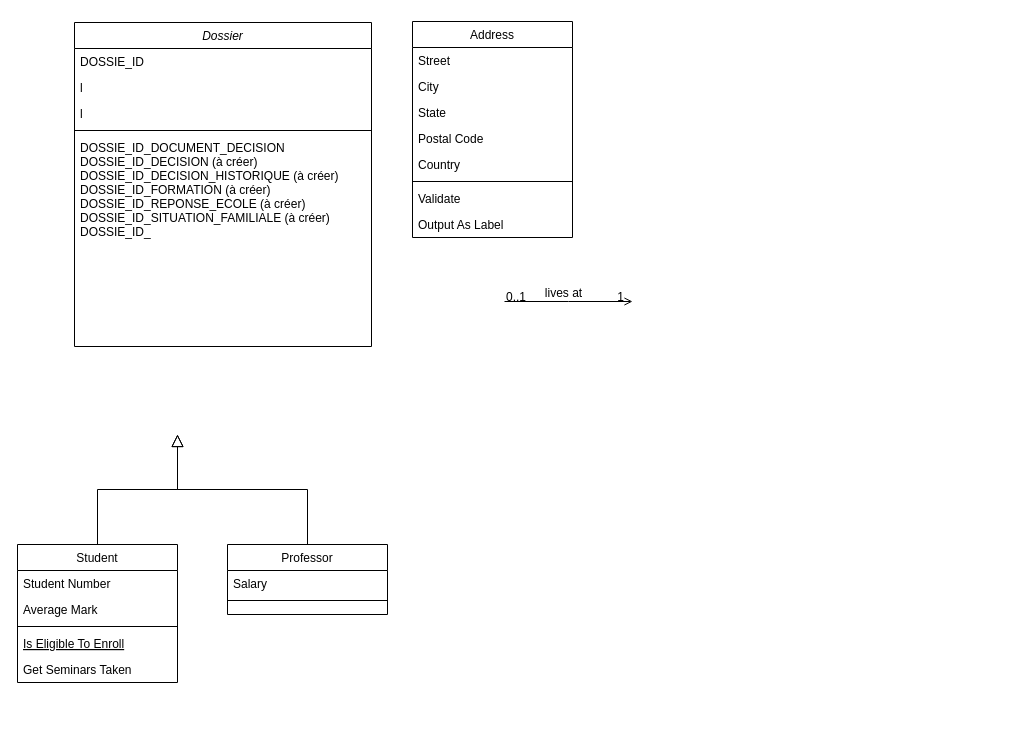
Above: Diagramme sans nom.drawio in Jorissalmon/DU_Data_Management (draw.io), before the change. Source tidied: cells renumbered, new cells numbered last; positions are measured from the earlier drawing's top-left corner, leaving out a move shared by most shapes. Both pictures are drawn from the tidied source at 100%, with x=0, y=0 at pixel (17, 21).
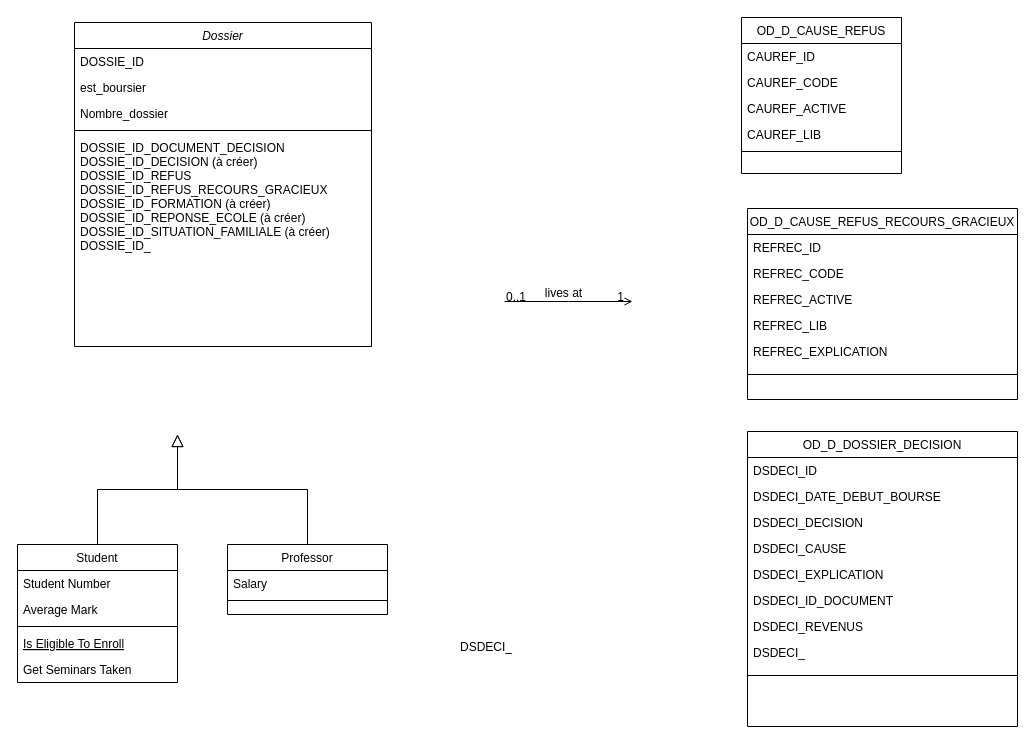
Above is the later version.

Unchanged cells that the change refers to:
```xml
<mxCell id="2" value="Dossier" style="swimlane;fontStyle=2;align=center;verticalAlign=top;horizontal=1;startSize=26;rounded=0;shadow=0;strokeWidth=1;" parent="1" vertex="1">
  <mxGeometry x="57" y="1" width="297" height="324" as="geometry" />
</mxCell>
```

Diff of the diagram source:
```diff
@@
-    <mxCell id="4" value="l" style="text;align=left;verticalAlign=top;spacingLeft=4;spacingRight=4;overflow=hidden;rounded=0;shadow=0;html=0;" parent="2" vertex="1">
+    <mxCell id="4" value="est_boursier" style="text;align=left;verticalAlign=top;spacingLeft=4;spacingRight=4;overflow=hidden;rounded=0;shadow=0;html=0;" parent="2" vertex="1">
       <mxGeometry y="52" width="297" height="26" as="geometry" />
     </mxCell>
-    <mxCell id="5" value="l" style="text;align=left;verticalAlign=top;spacingLeft=4;spacingRight=4;overflow=hidden;rounded=0;shadow=0;html=0;" parent="2" vertex="1">
+    <mxCell id="5" value="Nombre_dossier" style="text;align=left;verticalAlign=top;spacingLeft=4;spacingRight=4;overflow=hidden;rounded=0;shadow=0;html=0;" parent="2" vertex="1">
       <mxGeometry y="78" width="297" height="26" as="geometry" />
     </mxCell>
@@
-    <mxCell id="7" value="DOSSIE_ID_DOCUMENT_DECISION&#10;DOSSIE_ID_DECISION (à créer)&#10;DOSSIE_ID_DECISION_HISTORIQUE (à créer)&#10;DOSSIE_ID_FORMATION (à créer)&#10;DOSSIE_ID_REPONSE_ECOLE (à créer)&#10;DOSSIE_ID_SITUATION_FAMILIALE (à créer)&#10;DOSSIE_ID_&#10;&#10;" style="text;align=left;verticalAlign=top;spacingLeft=4;spacingRight=4;overflow=hidden;" parent="2" vertex="1">
+    <mxCell id="7" value="DOSSIE_ID_DOCUMENT_DECISION&#10;DOSSIE_ID_DECISION (à créer)&#10;DOSSIE_ID_REFUS&#10;DOSSIE_ID_REFUS_RECOURS_GRACIEUX&#10;DOSSIE_ID_FORMATION (à créer)&#10;DOSSIE_ID_REPONSE_ECOLE (à créer)&#10;DOSSIE_ID_SITUATION_FAMILIALE (à créer)&#10;DOSSIE_ID_&#10;&#10;" style="text;align=left;verticalAlign=top;spacingLeft=4;spacingRight=4;overflow=hidden;" parent="2" vertex="1">
       <mxGeometry y="112" width="297" height="208" as="geometry" />
     </mxCell>
@@
-    <mxCell id="19" value="Address" style="swimlane;fontStyle=0;align=center;verticalAlign=top;horizontal=1;startSize=26;rounded=0;shadow=0;strokeWidth=1;" parent="1" vertex="1">
-      <mxGeometry x="395" width="160" height="216" as="geometry" />
+    <mxCell id="19" value="OD_D_CAUSE_REFUS" style="swimlane;fontStyle=0;align=center;verticalAlign=top;horizontal=1;startSize=26;rounded=0;shadow=0;strokeWidth=1;" parent="1" vertex="1">
+      <mxGeometry x="724" y="-4" width="160" height="156" as="geometry" />
     </mxCell>
-    <mxCell id="20" value="Street" style="text;align=left;verticalAlign=top;spacingLeft=4;spacingRight=4;overflow=hidden;" parent="19" vertex="1">
+    <mxCell id="20" value="CAUREF_ID" style="text;align=left;verticalAlign=top;spacingLeft=4;spacingRight=4;overflow=hidden;" parent="19" vertex="1">
       <mxGeometry y="26" width="160" height="26" as="geometry" />
     </mxCell>
-    <mxCell id="21" value="City" style="text;align=left;verticalAlign=top;spacingLeft=4;spacingRight=4;overflow=hidden;rounded=0;shadow=0;html=0;" parent="19" vertex="1">
+    <mxCell id="21" value="CAUREF_CODE" style="text;align=left;verticalAlign=top;spacingLeft=4;spacingRight=4;overflow=hidden;rounded=0;shadow=0;html=0;" parent="19" vertex="1">
       <mxGeometry y="52" width="160" height="26" as="geometry" />
     </mxCell>
-    <mxCell id="22" value="State" style="text;align=left;verticalAlign=top;spacingLeft=4;spacingRight=4;overflow=hidden;rounded=0;shadow=0;html=0;" parent="19" vertex="1">
+    <mxCell id="22" value="CAUREF_ACTIVE" style="text;align=left;verticalAlign=top;spacingLeft=4;spacingRight=4;overflow=hidden;rounded=0;shadow=0;html=0;" parent="19" vertex="1">
       <mxGeometry y="78" width="160" height="26" as="geometry" />
     </mxCell>
-    <mxCell id="23" value="Postal Code" style="text;align=left;verticalAlign=top;spacingLeft=4;spacingRight=4;overflow=hidden;rounded=0;shadow=0;html=0;" parent="19" vertex="1">
+    <mxCell id="23" value="CAUREF_LIB" style="text;align=left;verticalAlign=top;spacingLeft=4;spacingRight=4;overflow=hidden;rounded=0;shadow=0;html=0;" parent="19" vertex="1">
       <mxGeometry y="104" width="160" height="26" as="geometry" />
     </mxCell>
-    <mxCell id="24" value="Country" style="text;align=left;verticalAlign=top;spacingLeft=4;spacingRight=4;overflow=hidden;rounded=0;shadow=0;html=0;" parent="19" vertex="1">
-      <mxGeometry y="130" width="160" height="26" as="geometry" />
-    </mxCell>
     <mxCell id="25" style="line;html=1;strokeWidth=1;align=left;verticalAlign=middle;spacingTop=-1;spacingLeft=3;spacingRight=3;labelPosition=right;" parent="19" vertex="1">
-      <mxGeometry y="156" width="160" height="8" as="geometry" />
+      <mxGeometry y="130" width="160" height="8" as="geometry" />
     </mxCell>
-    <mxCell id="26" value="Validate" style="text;align=left;verticalAlign=top;spacingLeft=4;spacingRight=4;overflow=hidden;" parent="19" vertex="1">
-      <mxGeometry y="164" width="160" height="26" as="geometry" />
-    </mxCell>
-    <mxCell id="27" value="Output As Label" style="text;align=left;verticalAlign=top;spacingLeft=4;spacingRight=4;overflow=hidden;" parent="19" vertex="1">
-      <mxGeometry y="190" width="160" height="26" as="geometry" />
-    </mxCell>
@@
+    <mxCell id="32" value="OD_D_CAUSE_REFUS_RECOURS_GRACIEUX" style="swimlane;fontStyle=0;align=center;verticalAlign=top;horizontal=1;startSize=26;rounded=0;shadow=0;strokeWidth=1;" parent="1" vertex="1">
+      <mxGeometry x="730" y="187" width="270" height="191" as="geometry" />
+    </mxCell>
+    <mxCell id="33" value="REFREC_ID" style="text;align=left;verticalAlign=top;spacingLeft=4;spacingRight=4;overflow=hidden;" parent="32" vertex="1">
+      <mxGeometry y="26" width="270" height="26" as="geometry" />
+    </mxCell>
+    <mxCell id="34" value="REFREC_CODE" style="text;align=left;verticalAlign=top;spacingLeft=4;spacingRight=4;overflow=hidden;rounded=0;shadow=0;html=0;" parent="32" vertex="1">
+      <mxGeometry y="52" width="270" height="26" as="geometry" />
+    </mxCell>
+    <mxCell id="35" value="REFREC_ACTIVE" style="text;align=left;verticalAlign=top;spacingLeft=4;spacingRight=4;overflow=hidden;rounded=0;shadow=0;html=0;" parent="32" vertex="1">
+      <mxGeometry y="78" width="270" height="26" as="geometry" />
+    </mxCell>
+    <mxCell id="36" value="REFREC_LIB" style="text;align=left;verticalAlign=top;spacingLeft=4;spacingRight=4;overflow=hidden;rounded=0;shadow=0;html=0;" parent="32" vertex="1">
+      <mxGeometry y="104" width="270" height="26" as="geometry" />
+    </mxCell>
+    <mxCell id="37" value="REFREC_EXPLICATION" style="text;align=left;verticalAlign=top;spacingLeft=4;spacingRight=4;overflow=hidden;rounded=0;shadow=0;html=0;" parent="32" vertex="1">
+      <mxGeometry y="130" width="270" height="26" as="geometry" />
+    </mxCell>
+    <mxCell id="38" style="line;html=1;strokeWidth=1;align=left;verticalAlign=middle;spacingTop=-1;spacingLeft=3;spacingRight=3;labelPosition=right;" parent="32" vertex="1">
+      <mxGeometry y="156" width="270" height="20" as="geometry" />
+    </mxCell>
+    <mxCell id="39" value="OD_D_DOSSIER_DECISION" style="swimlane;fontStyle=0;align=center;verticalAlign=top;horizontal=1;startSize=26;rounded=0;shadow=0;strokeWidth=1;" parent="1" vertex="1">
+      <mxGeometry x="730" y="410" width="270" height="295" as="geometry" />
+    </mxCell>
+    <mxCell id="40" value="DSDECI_ID" style="text;align=left;verticalAlign=top;spacingLeft=4;spacingRight=4;overflow=hidden;rounded=0;shadow=0;html=0;" parent="39" vertex="1">
+      <mxGeometry y="26" width="270" height="26" as="geometry" />
+    </mxCell>
+    <mxCell id="41" value="DSDECI_DATE_DEBUT_BOURSE" style="text;align=left;verticalAlign=top;spacingLeft=4;spacingRight=4;overflow=hidden;rounded=0;shadow=0;html=0;" parent="39" vertex="1">
+      <mxGeometry y="52" width="270" height="26" as="geometry" />
+    </mxCell>
+    <mxCell id="42" value="DSDECI_DECISION" style="text;align=left;verticalAlign=top;spacingLeft=4;spacingRight=4;overflow=hidden;rounded=0;shadow=0;html=0;" parent="39" vertex="1">
+      <mxGeometry y="78" width="270" height="26" as="geometry" />
+    </mxCell>
+    <mxCell id="43" value="DSDECI_CAUSE" style="text;align=left;verticalAlign=top;spacingLeft=4;spacingRight=4;overflow=hidden;" parent="39" vertex="1">
+      <mxGeometry y="104" width="270" height="26" as="geometry" />
+    </mxCell>
+    <mxCell id="44" value="DSDECI_EXPLICATION" style="text;align=left;verticalAlign=top;spacingLeft=4;spacingRight=4;overflow=hidden;rounded=0;shadow=0;html=0;" parent="39" vertex="1">
+      <mxGeometry y="130" width="270" height="26" as="geometry" />
+    </mxCell>
+    <mxCell id="45" value="DSDECI_ID_DOCUMENT" style="text;align=left;verticalAlign=top;spacingLeft=4;spacingRight=4;overflow=hidden;rounded=0;shadow=0;html=0;" parent="39" vertex="1">
+      <mxGeometry y="156" width="270" height="26" as="geometry" />
+    </mxCell>
+    <mxCell id="46" value="DSDECI_REVENUS" style="text;align=left;verticalAlign=top;spacingLeft=4;spacingRight=4;overflow=hidden;rounded=0;shadow=0;html=0;" parent="39" vertex="1">
+      <mxGeometry y="182" width="270" height="26" as="geometry" />
+    </mxCell>
+    <mxCell id="47" value="DSDECI_" style="text;align=left;verticalAlign=top;spacingLeft=4;spacingRight=4;overflow=hidden;rounded=0;shadow=0;html=0;" parent="39" vertex="1">
+      <mxGeometry y="208" width="270" height="26" as="geometry" />
+    </mxCell>
+    <mxCell id="48" style="line;html=1;strokeWidth=1;align=left;verticalAlign=middle;spacingTop=-1;spacingLeft=3;spacingRight=3;labelPosition=right;" parent="39" vertex="1">
+      <mxGeometry y="234" width="270" height="20" as="geometry" />
+    </mxCell>
+    <mxCell id="49" value="DSDECI_" style="text;align=left;verticalAlign=top;spacingLeft=4;spacingRight=4;overflow=hidden;rounded=0;shadow=0;html=0;" parent="1" vertex="1">
+      <mxGeometry x="437" y="612" width="270" height="26" as="geometry" />
+    </mxCell>
```
